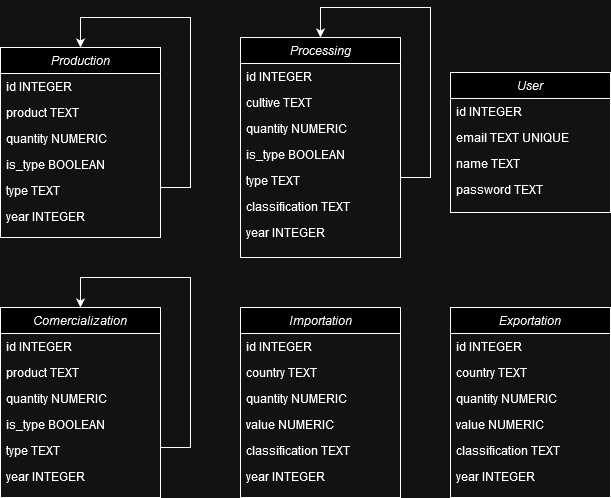
Earlier version of the draw.io export DEER.png (MarcioAjunior/tech-challenge_fase_1). Source tidied: cells renumbered, new cells last; positions are measured from the earlier drawing's top-left corner, leaving out a move shared by most shapes.
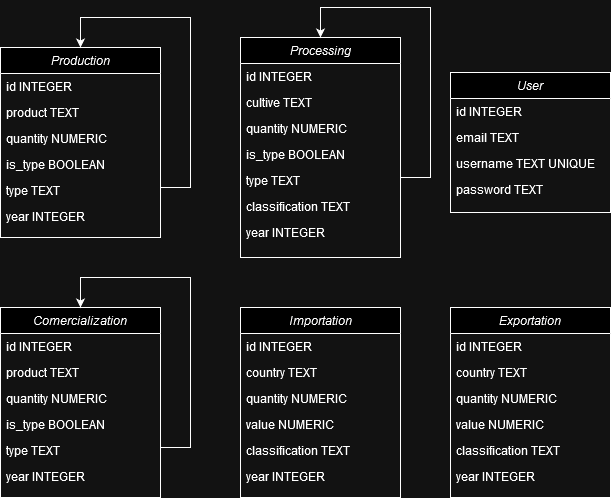
Later version of the same file.

What changed in the source:
```diff
@@ -146,10 +146,10 @@
     <mxCell id="42" value="id INTEGER" style="text;align=left;verticalAlign=top;spacingLeft=4;spacingRight=4;overflow=hidden;rounded=0;shadow=0;html=0;" parent="41" vertex="1">
       <mxGeometry y="26" width="160" height="26" as="geometry" />
     </mxCell>
-    <mxCell id="43" value="email TEXT UNIQUE" style="text;align=left;verticalAlign=top;spacingLeft=4;spacingRight=4;overflow=hidden;" parent="41" vertex="1">
+    <mxCell id="43" value="email TEXT" style="text;align=left;verticalAlign=top;spacingLeft=4;spacingRight=4;overflow=hidden;" parent="41" vertex="1">
       <mxGeometry y="52" width="160" height="26" as="geometry" />
     </mxCell>
-    <mxCell id="44" value="name TEXT" style="text;align=left;verticalAlign=top;spacingLeft=4;spacingRight=4;overflow=hidden;rounded=0;shadow=0;html=0;" parent="41" vertex="1">
+    <mxCell id="44" value="username TEXT UNIQUE" style="text;align=left;verticalAlign=top;spacingLeft=4;spacingRight=4;overflow=hidden;rounded=0;shadow=0;html=0;" parent="41" vertex="1">
       <mxGeometry y="78" width="160" height="26" as="geometry" />
     </mxCell>
     <mxCell id="45" value="password TEXT" style="text;align=left;verticalAlign=top;spacingLeft=4;spacingRight=4;overflow=hidden;rounded=0;shadow=0;html=0;" parent="41" vertex="1">
```
